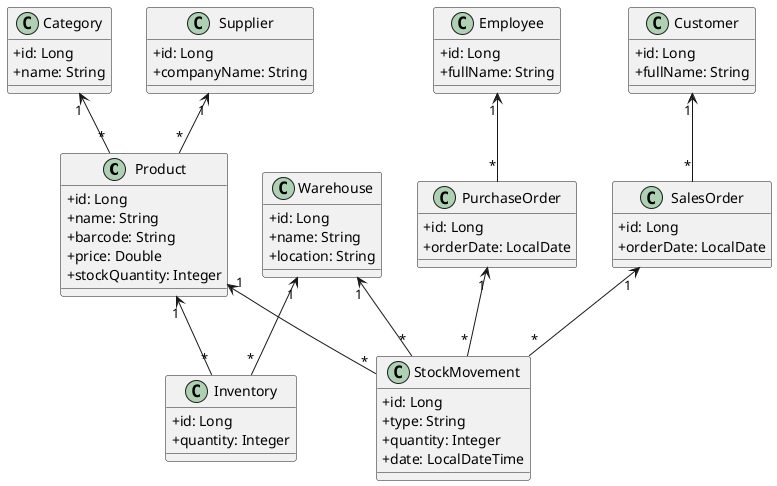
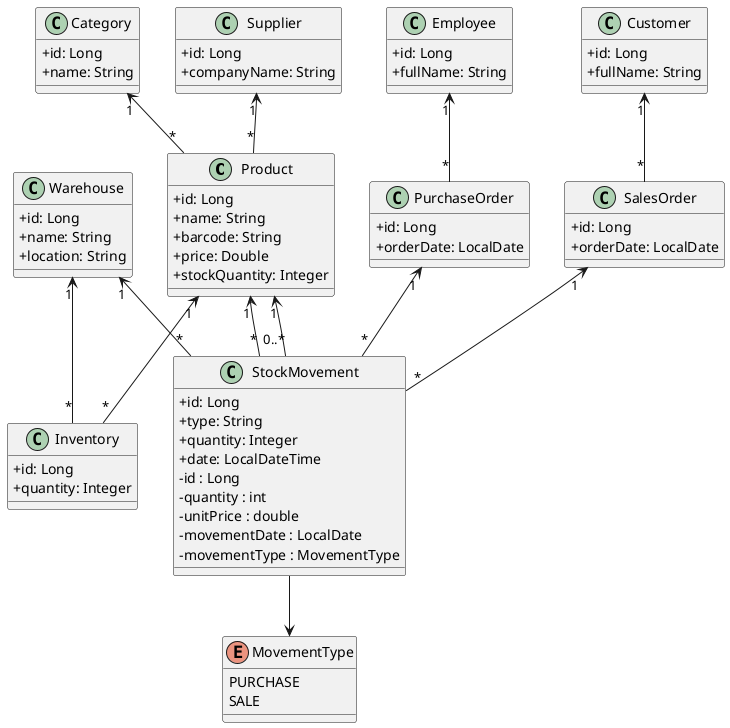
@startuml
skinparam classAttributeIconSize 0
skinparam shadowing false

class Product {
    +id: Long
    +name: String
    +barcode: String
    +price: Double
    +stockQuantity: Integer
}

class Category {
    +id: Long
    +name: String
}

class Supplier {
    +id: Long
    +companyName: String
}

class Warehouse {
    +id: Long
    +name: String
    +location: String
}

class Inventory {
    +id: Long
    +quantity: Integer
}

class StockMovement {
    +id: Long
    +type: String
    +quantity: Integer
    +date: LocalDateTime
}

class PurchaseOrder {
    +id: Long
    +orderDate: LocalDate
}

class SalesOrder {
    +id: Long
    +orderDate: LocalDate
}

class Customer {
    +id: Long
    +fullName: String
}

class Employee {
    +id: Long
    +fullName: String
}

Category "1" <-- "*" Product

Supplier "1" <-- "*" Product

Warehouse "1" <-- "*" Inventory

Product "1" <-- "*" Inventory

Product "1" <-- "*" StockMovement

Warehouse "1" <-- "*" StockMovement

PurchaseOrder "1" <-- "*" StockMovement

SalesOrder "1" <-- "*" StockMovement

Customer "1" <-- "*" SalesOrder

Employee "1" <-- "*" PurchaseOrder

+ class StockMovement{
+ -id : Long
+ -quantity : int
+ -unitPrice : double
+ -movementDate : LocalDate
+ -movementType : MovementType
+ }
+ 
+ enum MovementType{
+ PURCHASE
+ SALE
+ }
+ 
+ Product "1" <-- "0..*" StockMovement
+ StockMovement --> MovementType
+ 
@enduml